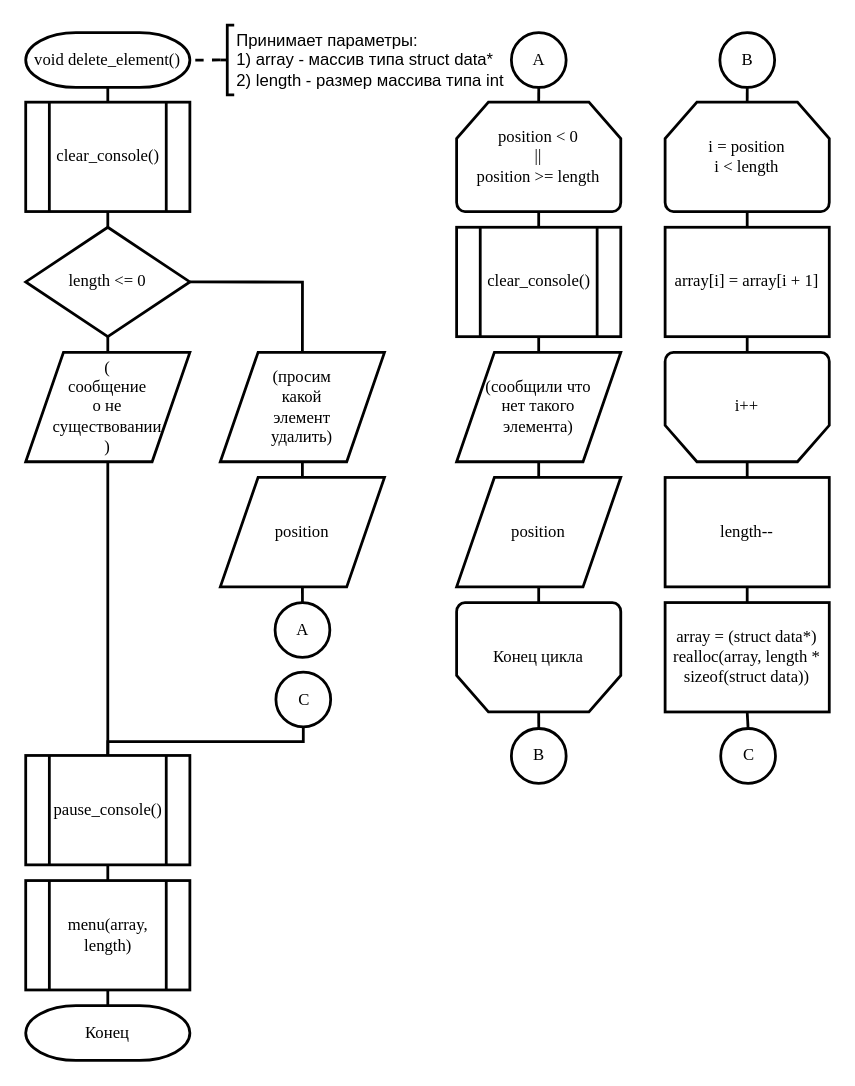
The draw.io diagram src/menu/delete_element/delete_element.drawio in BrSTU-PO4-190333/2sem_coursework, before the edit. Source tidied: cells renumbered, new cells numbered last; positions are measured from the earlier drawing's top-left corner, leaving out a move shared by most shapes. Both pictures are drawn from the tidied source at 139%, with x=0, y=0 at pixel (25, 25).
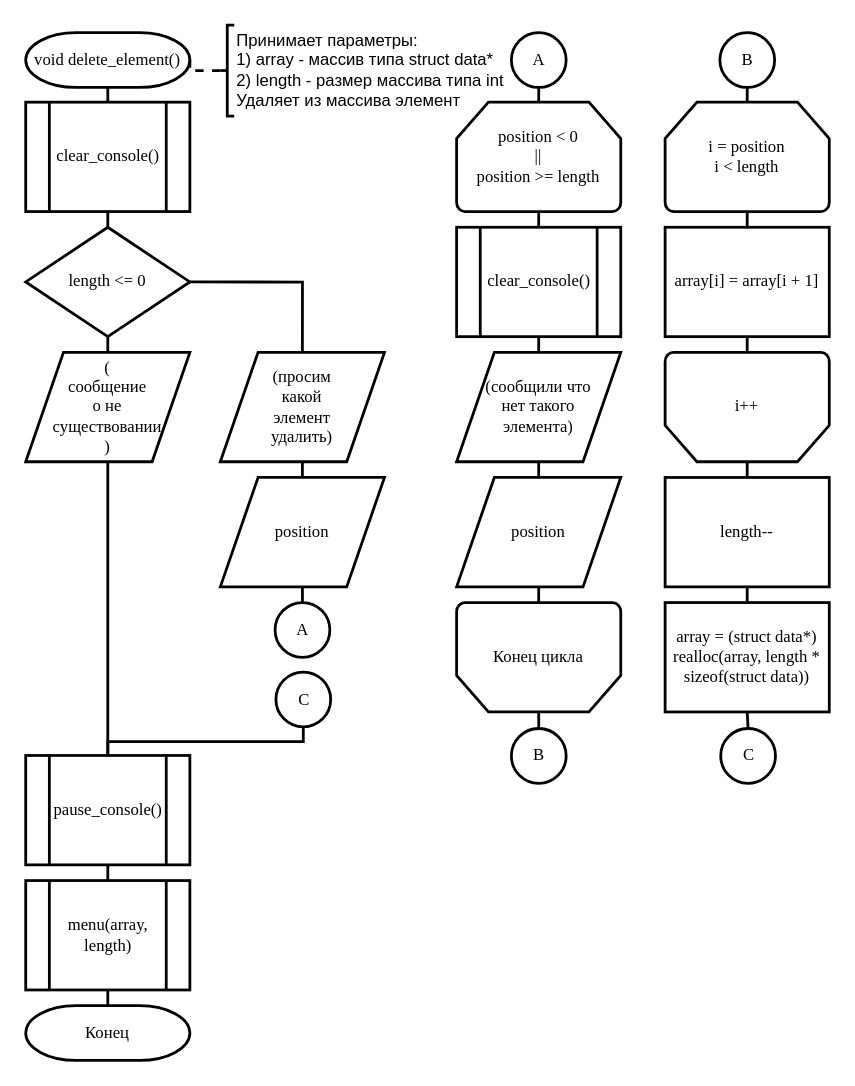
Above is the later version.

The edit, as a diff of the source:
```diff
@@
-    <mxCell id="50" value="Принимает параметры:&lt;br&gt;1) array - массив типа struct data*&lt;br&gt;2) length - размер массива типа int" style="strokeWidth=2;html=1;shape=mxgraph.flowchart.annotation_2;align=left;labelPosition=right;" parent="1" vertex="1">
-      <mxGeometry x="140" y="-0.5" width="10" height="50.3" as="geometry" />
+    <mxCell id="50" value="Принимает параметры:&lt;br&gt;1) array - массив типа struct data*&lt;br&gt;2) length - размер массива типа int&lt;br&gt;Удаляет из массива элемент" style="strokeWidth=2;html=1;shape=mxgraph.flowchart.annotation_2;align=left;labelPosition=right;" parent="1" vertex="1">
+      <mxGeometry x="140" y="-0.5" width="10" height="65.5" as="geometry" />
     </mxCell>
```
